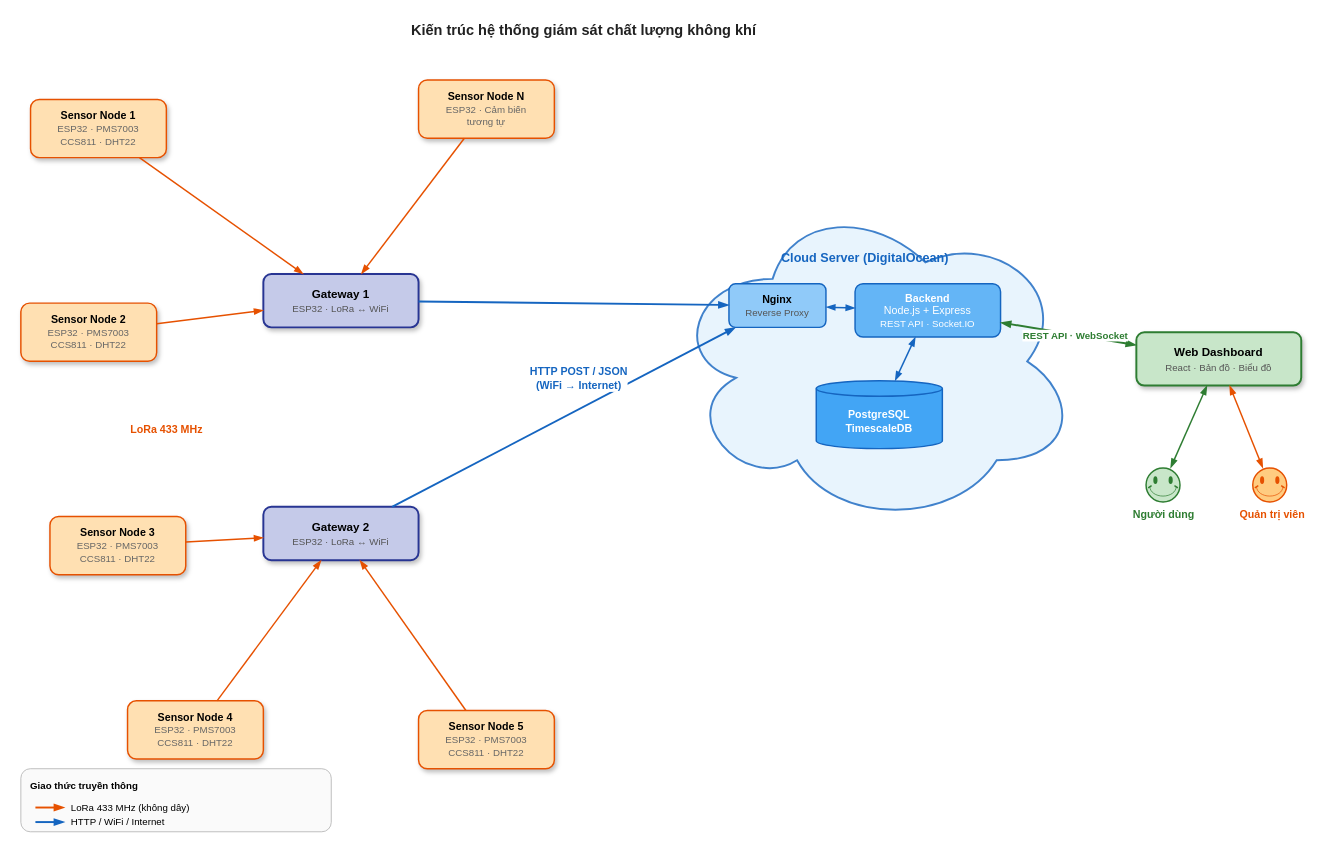
The draw.io diagram docs/architecture/system-architecture-simple.drawio in Ductham95/datn, before the edit. Source tidied: cells renumbered, new cells numbered last; positions are measured from the earlier drawing's top-left corner, leaving out a move shared by most shapes. Both pictures are drawn from the tidied source at 97%, with x=0, y=0 at pixel (20, 16).
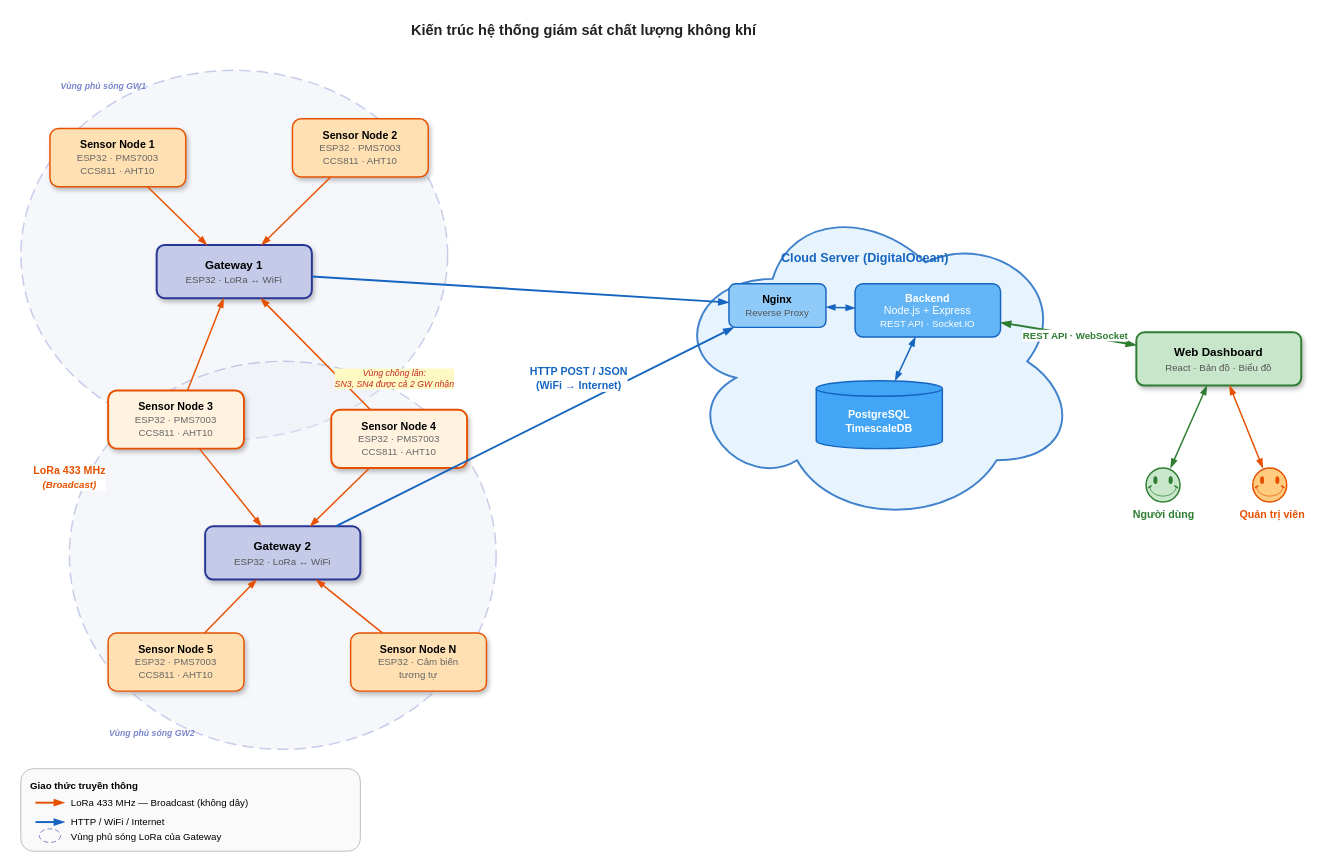
The same page after the edit.

Change to the diagram source:
```diff
@@
+    <mxCell id="42" style="ellipse;whiteSpace=wrap;html=1;fillColor=#E8EAF6;strokeColor=#7986CB;strokeWidth=1.5;dashed=1;dashPattern=8 4;opacity=40;" parent="1" vertex="1">
+      <mxGeometry y="55" width="440" height="380" as="geometry" />
+    </mxCell>
+    <mxCell id="43" style="ellipse;whiteSpace=wrap;html=1;fillColor=#E8EAF6;strokeColor=#7986CB;strokeWidth=1.5;dashed=1;dashPattern=8 4;opacity=40;" parent="1" vertex="1">
+      <mxGeometry x="50" y="355" width="440" height="400" as="geometry" />
+    </mxCell>
+    <mxCell id="44" value="Vùng phủ sóng GW1" style="text;html=1;align=center;verticalAlign=middle;fontSize=9;fontColor=#7986CB;fontStyle=3;" parent="1" vertex="1">
+      <mxGeometry x="20" y="63" width="130" height="18" as="geometry" />
+    </mxCell>
+    <mxCell id="45" value="Vùng phủ sóng GW2" style="text;html=1;align=center;verticalAlign=middle;fontSize=9;fontColor=#7986CB;fontStyle=3;" parent="1" vertex="1">
+      <mxGeometry x="70" y="730" width="130" height="18" as="geometry" />
+    </mxCell>
-    <mxCell id="3" value="&lt;b&gt;Sensor Node 1&lt;/b&gt;&lt;br&gt;&lt;font color='#666' style='font-size:10px'&gt;ESP32 · PMS7003&lt;br&gt;CCS811 · DHT22&lt;/font&gt;" style="rounded=1;whiteSpace=wrap;html=1;fillColor=#FFE0B2;strokeColor=#E65100;strokeWidth=1.5;fontSize=11;verticalAlign=middle;align=center;shadow=1;" parent="1" vertex="1">
-      <mxGeometry x="10" y="85" width="140" height="60" as="geometry" />
+    <mxCell id="3" value="&lt;b&gt;Sensor Node 1&lt;/b&gt;&lt;br&gt;&lt;font color='#666' style='font-size:10px'&gt;ESP32 · PMS7003&lt;br&gt;CCS811 · AHT10&lt;/font&gt;" style="rounded=1;whiteSpace=wrap;html=1;fillColor=#FFE0B2;strokeColor=#E65100;strokeWidth=1.5;fontSize=11;verticalAlign=middle;align=center;shadow=1;" parent="1" vertex="1">
+      <mxGeometry x="30" y="115" width="140" height="60" as="geometry" />
     </mxCell>
-    <mxCell id="4" value="&lt;b&gt;Sensor Node 2&lt;/b&gt;&lt;br&gt;&lt;font color='#666' style='font-size:10px'&gt;ESP32 · PMS7003&lt;br&gt;CCS811 · DHT22&lt;/font&gt;" style="rounded=1;whiteSpace=wrap;html=1;fillColor=#FFE0B2;strokeColor=#E65100;strokeWidth=1.5;fontSize=11;verticalAlign=middle;align=center;shadow=1;" parent="1" vertex="1">
-      <mxGeometry y="295" width="140" height="60" as="geometry" />
+    <mxCell id="4" value="&lt;b&gt;Sensor Node 2&lt;/b&gt;&lt;br&gt;&lt;font color='#666' style='font-size:10px'&gt;ESP32 · PMS7003&lt;br&gt;CCS811 · AHT10&lt;/font&gt;" style="rounded=1;whiteSpace=wrap;html=1;fillColor=#FFE0B2;strokeColor=#E65100;strokeWidth=1.5;fontSize=11;verticalAlign=middle;align=center;shadow=1;" parent="1" vertex="1">
+      <mxGeometry x="280" y="105" width="140" height="60" as="geometry" />
     </mxCell>
-    <mxCell id="5" value="&lt;b&gt;Sensor Node 3&lt;/b&gt;&lt;br&gt;&lt;font color='#666' style='font-size:10px'&gt;ESP32 · PMS7003&lt;br&gt;CCS811 · DHT22&lt;/font&gt;" style="rounded=1;whiteSpace=wrap;html=1;fillColor=#FFE0B2;strokeColor=#E65100;strokeWidth=1.5;fontSize=11;verticalAlign=middle;align=center;shadow=1;" parent="1" vertex="1">
-      <mxGeometry x="30" y="515" width="140" height="60" as="geometry" />
+    <mxCell id="5" value="&lt;b&gt;Sensor Node 3&lt;/b&gt;&lt;br&gt;&lt;font color='#666' style='font-size:10px'&gt;ESP32 · PMS7003&lt;br&gt;CCS811 · AHT10&lt;/font&gt;" style="rounded=1;whiteSpace=wrap;html=1;fillColor=#FFF3E0;strokeColor=#E65100;strokeWidth=2;fontSize=11;verticalAlign=middle;align=center;shadow=1;" parent="1" vertex="1">
+      <mxGeometry x="90" y="385" width="140" height="60" as="geometry" />
     </mxCell>
-    <mxCell id="6" value="&lt;b&gt;Sensor Node 4&lt;/b&gt;&lt;br&gt;&lt;font color='#666' style='font-size:10px'&gt;ESP32 · PMS7003&lt;br&gt;CCS811 · DHT22&lt;/font&gt;" style="rounded=1;whiteSpace=wrap;html=1;fillColor=#FFE0B2;strokeColor=#E65100;strokeWidth=1.5;fontSize=11;verticalAlign=middle;align=center;shadow=1;" parent="1" vertex="1">
-      <mxGeometry x="110" y="705" width="140" height="60" as="geometry" />
+    <mxCell id="6" value="&lt;b&gt;Sensor Node 4&lt;/b&gt;&lt;br&gt;&lt;font color='#666' style='font-size:10px'&gt;ESP32 · PMS7003&lt;br&gt;CCS811 · AHT10&lt;/font&gt;" style="rounded=1;whiteSpace=wrap;html=1;fillColor=#FFF3E0;strokeColor=#E65100;strokeWidth=2;fontSize=11;verticalAlign=middle;align=center;shadow=1;" parent="1" vertex="1">
+      <mxGeometry x="320" y="405" width="140" height="60" as="geometry" />
     </mxCell>
-    <mxCell id="7" value="&lt;b&gt;Sensor Node 5&lt;/b&gt;&lt;br&gt;&lt;font color='#666' style='font-size:10px'&gt;ESP32 · PMS7003&lt;br&gt;CCS811 · DHT22&lt;/font&gt;" style="rounded=1;whiteSpace=wrap;html=1;fillColor=#FFE0B2;strokeColor=#E65100;strokeWidth=1.5;fontSize=11;verticalAlign=middle;align=center;shadow=1;" parent="1" vertex="1">
-      <mxGeometry x="410" y="715" width="140" height="60" as="geometry" />
+    <mxCell id="7" value="&lt;b&gt;Sensor Node 5&lt;/b&gt;&lt;br&gt;&lt;font color='#666' style='font-size:10px'&gt;ESP32 · PMS7003&lt;br&gt;CCS811 · AHT10&lt;/font&gt;" style="rounded=1;whiteSpace=wrap;html=1;fillColor=#FFE0B2;strokeColor=#E65100;strokeWidth=1.5;fontSize=11;verticalAlign=middle;align=center;shadow=1;" parent="1" vertex="1">
+      <mxGeometry x="90" y="635" width="140" height="60" as="geometry" />
     </mxCell>
     <mxCell id="8" value="&lt;b&gt;Sensor Node N&lt;/b&gt;&lt;br&gt;&lt;font color='#666' style='font-size:10px'&gt;ESP32 · Cảm biến&lt;br&gt;tương tự&lt;/font&gt;" style="rounded=1;whiteSpace=wrap;html=1;fillColor=#FFE0B2;strokeColor=#E65100;strokeWidth=1.5;fontSize=11;verticalAlign=middle;align=center;shadow=1;" parent="1" vertex="1">
-      <mxGeometry x="410" y="65" width="140" height="60" as="geometry" />
+      <mxGeometry x="340" y="635" width="140" height="60" as="geometry" />
     </mxCell>
     <mxCell id="9" value="&lt;b&gt;Gateway 1&lt;/b&gt;&lt;br&gt;&lt;font style='font-size:10px' color='#555'&gt;ESP32 · LoRa ↔ WiFi&lt;/font&gt;" style="rounded=1;whiteSpace=wrap;html=1;fillColor=#C5CAE9;strokeColor=#283593;strokeWidth=2;fontSize=12;verticalAlign=middle;align=center;shadow=1;" parent="1" vertex="1">
-      <mxGeometry x="250" y="265" width="160" height="55" as="geometry" />
+      <mxGeometry x="140" y="235" width="160" height="55" as="geometry" />
     </mxCell>
     <mxCell id="10" value="&lt;b&gt;Gateway 2&lt;/b&gt;&lt;br&gt;&lt;font style='font-size:10px' color='#555'&gt;ESP32 · LoRa ↔ WiFi&lt;/font&gt;" style="rounded=1;whiteSpace=wrap;html=1;fillColor=#C5CAE9;strokeColor=#283593;strokeWidth=2;fontSize=12;verticalAlign=middle;align=center;shadow=1;" parent="1" vertex="1">
-      <mxGeometry x="250" y="505" width="160" height="55" as="geometry" />
+      <mxGeometry x="190" y="525" width="160" height="55" as="geometry" />
     </mxCell>
@@
-    <mxCell id="23" style="rounded=1;strokeColor=#E65100;strokeWidth=1.5;endArrow=blockThin;endFill=1;curved=1;" parent="1" edge="1" source="8" target="9">
-      <mxGeometry relative="1" as="geometry" />
-    </mxCell>
+    <mxCell id="46" style="rounded=1;strokeColor=#E65100;strokeWidth=1.5;endArrow=blockThin;endFill=1;curved=1;" parent="1" edge="1" source="5" target="9">
+      <mxGeometry relative="1" as="geometry" />
+    </mxCell>
@@
+    <mxCell id="47" style="rounded=1;strokeColor=#E65100;strokeWidth=1.5;endArrow=blockThin;endFill=1;curved=1;" parent="1" edge="1" source="6" target="9">
+      <mxGeometry relative="1" as="geometry" />
+    </mxCell>
@@
+    <mxCell id="23" style="rounded=1;strokeColor=#E65100;strokeWidth=1.5;endArrow=blockThin;endFill=1;curved=1;" parent="1" edge="1" source="8" target="10">
+      <mxGeometry relative="1" as="geometry" />
+    </mxCell>
-    <mxCell id="27" value="LoRa 433 MHz" style="text;html=1;align=center;verticalAlign=middle;fontSize=11;fontColor=#E65100;fontStyle=1;labelBackgroundColor=#FFFFFF;rounded=1;spacingLeft=4;spacingRight=4;" parent="1" vertex="1">
-      <mxGeometry x="100" y="415" width="100" height="20" as="geometry" />
+    <mxCell id="27" value="LoRa 433 MHz&lt;br&gt;&lt;font style='font-size:10px;font-style:italic'&gt;(Broadcast)&lt;/font&gt;" style="text;html=1;align=center;verticalAlign=middle;fontSize=11;fontColor=#E65100;fontStyle=1;labelBackgroundColor=#FFFFFF;rounded=1;spacingLeft=4;spacingRight=4;" parent="1" vertex="1">
+      <mxGeometry y="460" width="100" height="30" as="geometry" />
     </mxCell>
+    <mxCell id="48" value="Vùng chồng lấn:&lt;br&gt;SN3, SN4 được cả 2 GW nhận" style="text;html=1;align=center;verticalAlign=middle;fontSize=9;fontColor=#C62828;fontStyle=2;labelBackgroundColor=#FFF9C4;rounded=1;spacingLeft=4;spacingRight=4;" parent="1" vertex="1">
+      <mxGeometry x="300" y="355" width="170" height="35" as="geometry" />
+    </mxCell>
@@
     <mxCell id="37" value="&lt;b&gt;Giao thức truyền thông&lt;/b&gt;" style="rounded=1;whiteSpace=wrap;html=1;fillColor=#FAFAFA;strokeColor=#BDBDBD;strokeWidth=1;fontSize=10;verticalAlign=top;align=left;spacingTop=5;spacingLeft=8;" parent="1" vertex="1">
-      <mxGeometry y="775" width="320" height="65" as="geometry" />
+      <mxGeometry y="775" width="350" height="85" as="geometry" />
     </mxCell>
     <mxCell id="38" style="endArrow=blockThin;html=1;rounded=0;strokeColor=#E65100;strokeWidth=2;endFill=1;" parent="1" edge="1">
       <mxGeometry relative="1" as="geometry">
-        <mxPoint x="15" y="815" as="sourcePoint" />
-        <mxPoint x="45" y="815" as="targetPoint" />
+        <mxPoint x="15" y="810" as="sourcePoint" />
+        <mxPoint x="45" y="810" as="targetPoint" />
       </mxGeometry>
     </mxCell>
-    <mxCell id="39" value="LoRa 433 MHz (không dây)" style="text;html=1;align=left;verticalAlign=middle;fontSize=10;" parent="1" vertex="1">
-      <mxGeometry x="50" y="805" width="160" height="20" as="geometry" />
+    <mxCell id="39" value="LoRa 433 MHz — Broadcast (không dây)" style="text;html=1;align=left;verticalAlign=middle;fontSize=10;" parent="1" vertex="1">
+      <mxGeometry x="50" y="800" width="220" height="20" as="geometry" />
     </mxCell>
@@
+    <mxCell id="49" style="ellipse;whiteSpace=wrap;html=1;fillColor=none;strokeColor=#7986CB;strokeWidth=1;dashed=1;dashPattern=5 3;" parent="1" vertex="1">
+      <mxGeometry x="19" y="837" width="22" height="14" as="geometry" />
+    </mxCell>
+    <mxCell id="50" value="Vùng phủ sóng LoRa của Gateway" style="text;html=1;align=left;verticalAlign=middle;fontSize=10;" parent="1" vertex="1">
+      <mxGeometry x="50" y="835" width="220" height="20" as="geometry" />
+    </mxCell>
```
